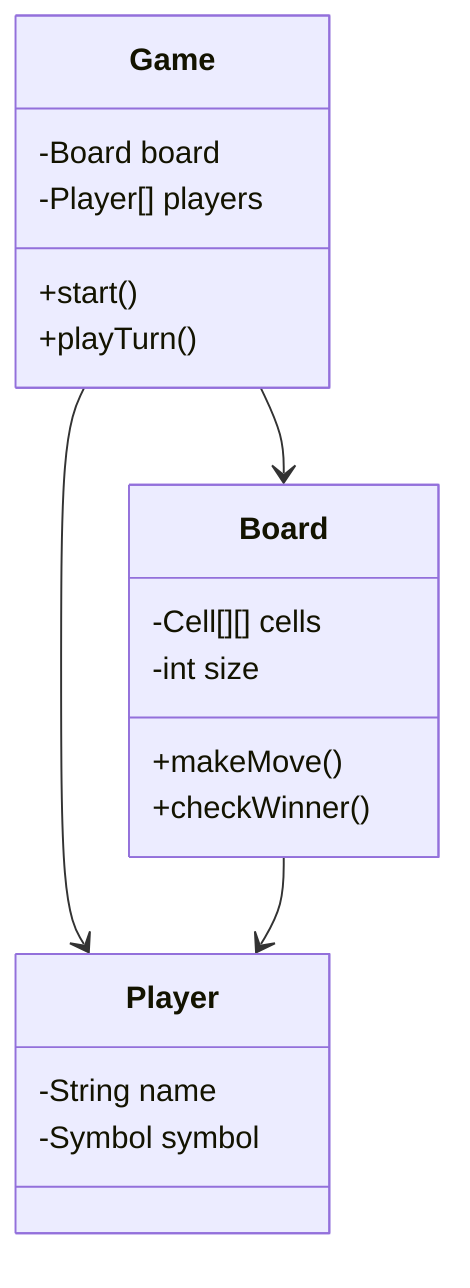
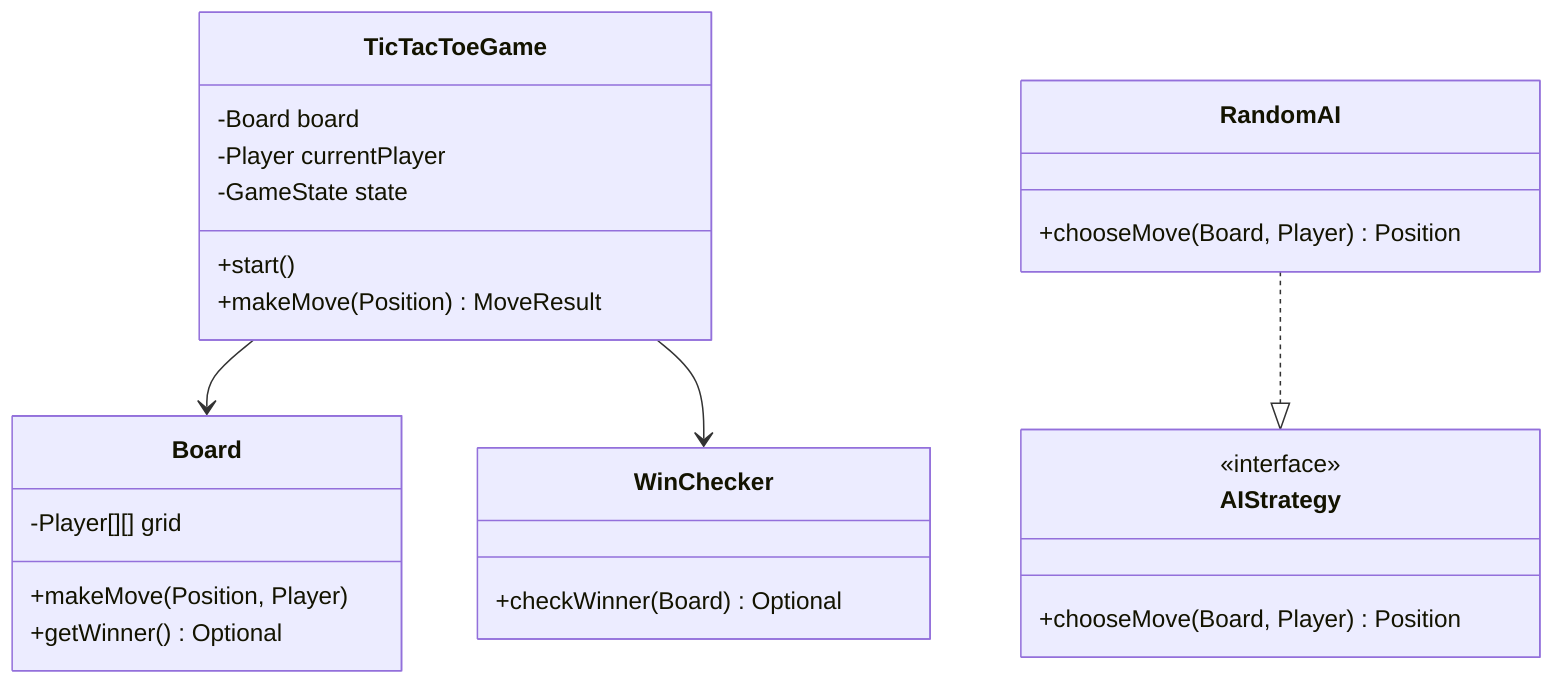
classDiagram
+     class TicTacToeGame {
+         -Board board
+         -Player currentPlayer
+         -GameState state
+         +start()
+         +makeMove(Position) MoveResult
+     }
    class Board {
-         -Cell[][] cells
-         -int size
-         +makeMove()
-         +checkWinner()
+         -Player[][] grid
+         +makeMove(Position, Player)
+         +getWinner() Optional
    }
-     class Player {
-         -String name
-         -Symbol symbol
+     class WinChecker {
+         +checkWinner(Board) Optional
    }
-     class Game {
-         -Board board
-         -Player[] players
-         +start()
-         +playTurn()
+     class AIStrategy {
+         <<interface>>
+         +chooseMove(Board, Player) Position
    }
-     Game --> Board
-     Game --> Player
-     Board --> Player
+     class RandomAI {
+         +chooseMove(Board, Player) Position
+     }
+     TicTacToeGame --> Board
+     TicTacToeGame --> WinChecker
+     RandomAI ..|> AIStrategy
